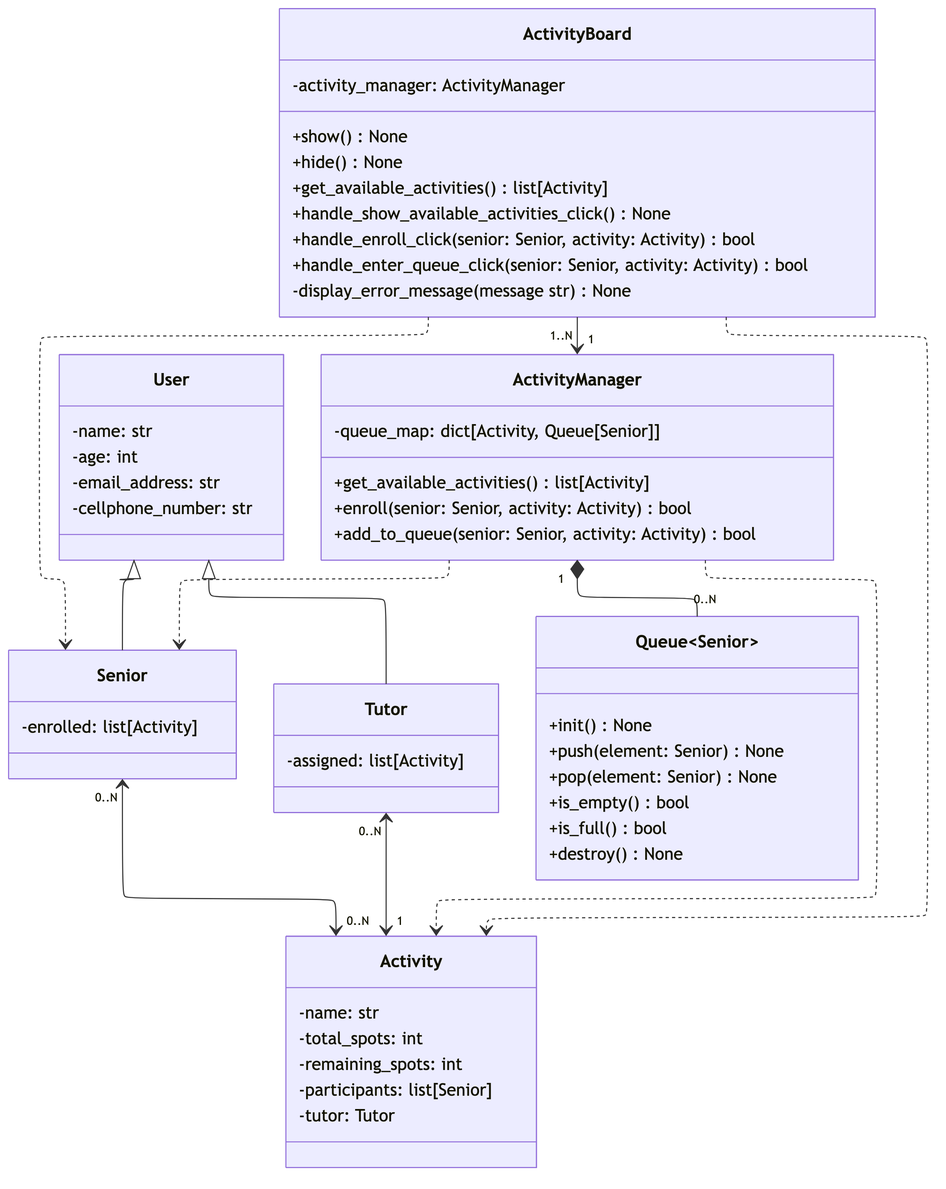
Above: diagrams/images/class_diagram_sprint_2.png in mldcastro/eng-soft (Mermaid), before the change. Its source is kept beside it as diagrams/class_diagram_sprint_2.mmd.
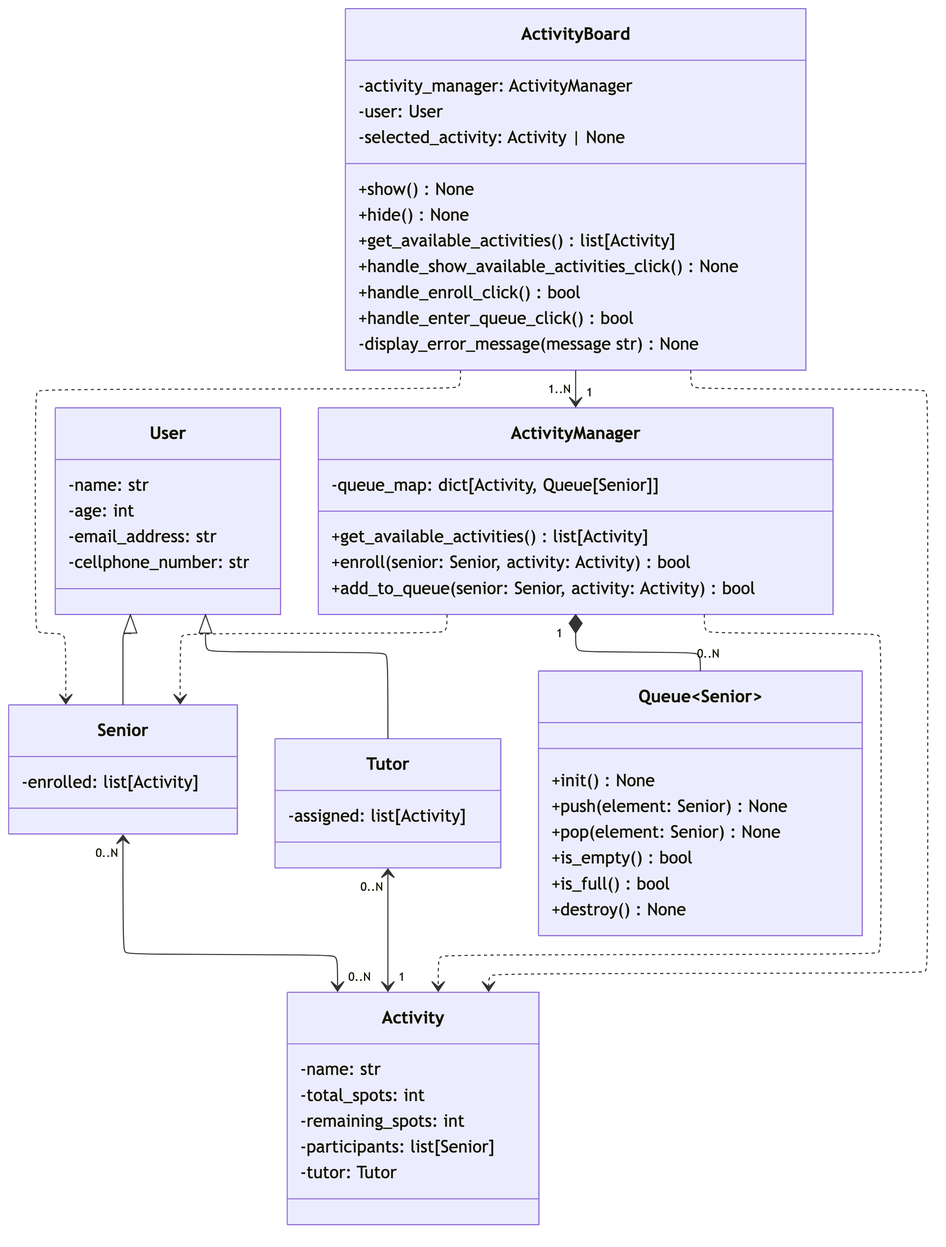
The same file after the commit.

Commit message:
[Sprint 2] ActivityBoard tem conhecimento de quem está logado e de qual atividade está selecionada

Esses atributos permitem que as funcoes 'handle' não precisem de inputs

Change to the diagram source:
```diff
@@ -9,10 +9,19 @@
     User
     Senior
     Tutor
+
     Activity
     ActivityBoard
+    TutorBoard
     ActivityManager
     Queue~Senior~
+
+    ChatTab
+    ConversationView
+    ConversationManager
+    ChatDatabase
+    CommunicationManager
+
 
     User <|-- Senior
     User <|-- Tutor
@@ -54,13 +63,15 @@
 
     class ActivityBoard {
       -activity_manager: ActivityManager
+      -user: User
+      -selected_activity: Activity | None
 
       +show() None
       +hide() None
       +get_available_activities() list[Activity]
       +handle_show_available_activities_click() None
-      +handle_enroll_click(senior: Senior, activity: Activity) bool
-      +handle_enter_queue_click(senior: Senior, activity: Activity) bool
+      +handle_enroll_click() bool
+      +handle_enter_queue_click() bool
 
       -display_error_message(message str) None
     }
```
